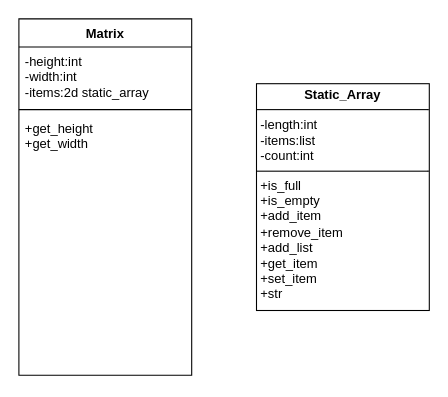
rcatovsky/Finalproject keeps this draw.io diagram as project_class_diagram.drawio. Above is the earlier version. Source tidied: cells renumbered, new cells numbered last; positions are measured from the earlier drawing's top-left corner, leaving out a move shared by most shapes. Both pictures are drawn from the tidied source at 108%, with x=0, y=0 at pixel (18, 18).
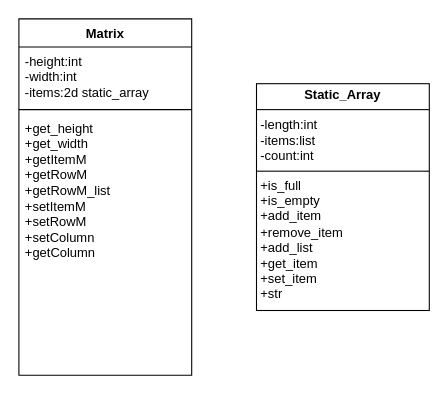
Above is the later version.

What changed in the source:
```diff
@@
 <mxGraphModel>
   <root>
     <mxCell id="0" />
     <mxCell id="1" parent="0" />
     <mxCell id="2" value="&lt;p style=&quot;margin:0px;margin-top:4px;text-align:center;&quot;&gt;&lt;b&gt;Static_Array&lt;/b&gt;&lt;/p&gt;&lt;hr size=&quot;1&quot; style=&quot;border-style:solid;&quot;&gt;&lt;p style=&quot;margin:0px;margin-left:4px;&quot;&gt;-length:int&lt;/p&gt;&lt;p style=&quot;margin:0px;margin-left:4px;&quot;&gt;-items:list&lt;/p&gt;&lt;p style=&quot;margin:0px;margin-left:4px;&quot;&gt;-count:int&lt;/p&gt;&lt;hr size=&quot;1&quot; style=&quot;border-style:solid;&quot;&gt;&lt;p style=&quot;margin:0px;margin-left:4px;&quot;&gt;+is_full&lt;/p&gt;&lt;p style=&quot;margin:0px;margin-left:4px;&quot;&gt;+is_empty&lt;/p&gt;&lt;p style=&quot;margin:0px;margin-left:4px;&quot;&gt;+add_item&lt;/p&gt;&lt;p style=&quot;margin:0px;margin-left:4px;&quot;&gt;+remove_item&lt;/p&gt;&lt;p style=&quot;margin:0px;margin-left:4px;&quot;&gt;+add_list&lt;/p&gt;&lt;p style=&quot;margin:0px;margin-left:4px;&quot;&gt;+get_item&lt;/p&gt;&lt;p style=&quot;margin:0px;margin-left:4px;&quot;&gt;+set_item&lt;/p&gt;&lt;p style=&quot;margin:0px;margin-left:4px;&quot;&gt;+str&lt;/p&gt;" style="verticalAlign=top;align=left;overflow=fill;html=1;whiteSpace=wrap;" parent="1" vertex="1">
       <mxGeometry x="220" y="60" width="160" height="210" as="geometry" />
     </mxCell>
     <mxCell id="3" value="Matrix" style="swimlane;fontStyle=1;align=center;verticalAlign=top;horizontal=1;startSize=26;whiteSpace=wrap;html=1;" parent="1" vertex="1">
       <mxGeometry width="160" height="330" as="geometry" />
     </mxCell>
     <mxCell id="4" value="-height:int&lt;div&gt;-width:int&lt;/div&gt;&lt;div&gt;-items:2d static_array&lt;/div&gt;&lt;div&gt;&lt;br&gt;&lt;/div&gt;" style="text;strokeColor=none;fillColor=none;align=left;verticalAlign=top;spacingLeft=4;spacingRight=4;overflow=hidden;whiteSpace=wrap;html=1;" parent="3" vertex="1">
       <mxGeometry y="26" width="160" height="54" as="geometry" />
     </mxCell>
     <mxCell id="5" style="line;strokeWidth=1;fillColor=none;align=left;verticalAlign=middle;spacingTop=-1;spacingLeft=3;spacingRight=3;labelPosition=right;strokeColor=inherit;" parent="3" vertex="1">
       <mxGeometry y="80" width="160" height="8" as="geometry" />
     </mxCell>
-    <mxCell id="6" value="+get_height&lt;div&gt;+get_width&lt;/div&gt;" style="text;strokeColor=none;fillColor=none;align=left;verticalAlign=top;spacingLeft=4;spacingRight=4;overflow=hidden;whiteSpace=wrap;html=1;" parent="3" vertex="1">
+    <mxCell id="6" value="+get_height&lt;div&gt;+get_width&lt;/div&gt;&lt;div&gt;+getItemM&lt;/div&gt;&lt;div&gt;+getRowM&lt;/div&gt;&lt;div&gt;+getRowM_list&lt;/div&gt;&lt;div&gt;+setItemM&lt;/div&gt;&lt;div&gt;+setRowM&lt;/div&gt;&lt;div&gt;+setColumn&lt;/div&gt;&lt;div&gt;+getColumn&lt;/div&gt;" style="text;strokeColor=none;fillColor=none;align=left;verticalAlign=top;spacingLeft=4;spacingRight=4;overflow=hidden;whiteSpace=wrap;html=1;" parent="3" vertex="1">
       <mxGeometry y="88" width="160" height="242" as="geometry" />
     </mxCell>
   </root>
 </mxGraphModel>
```
